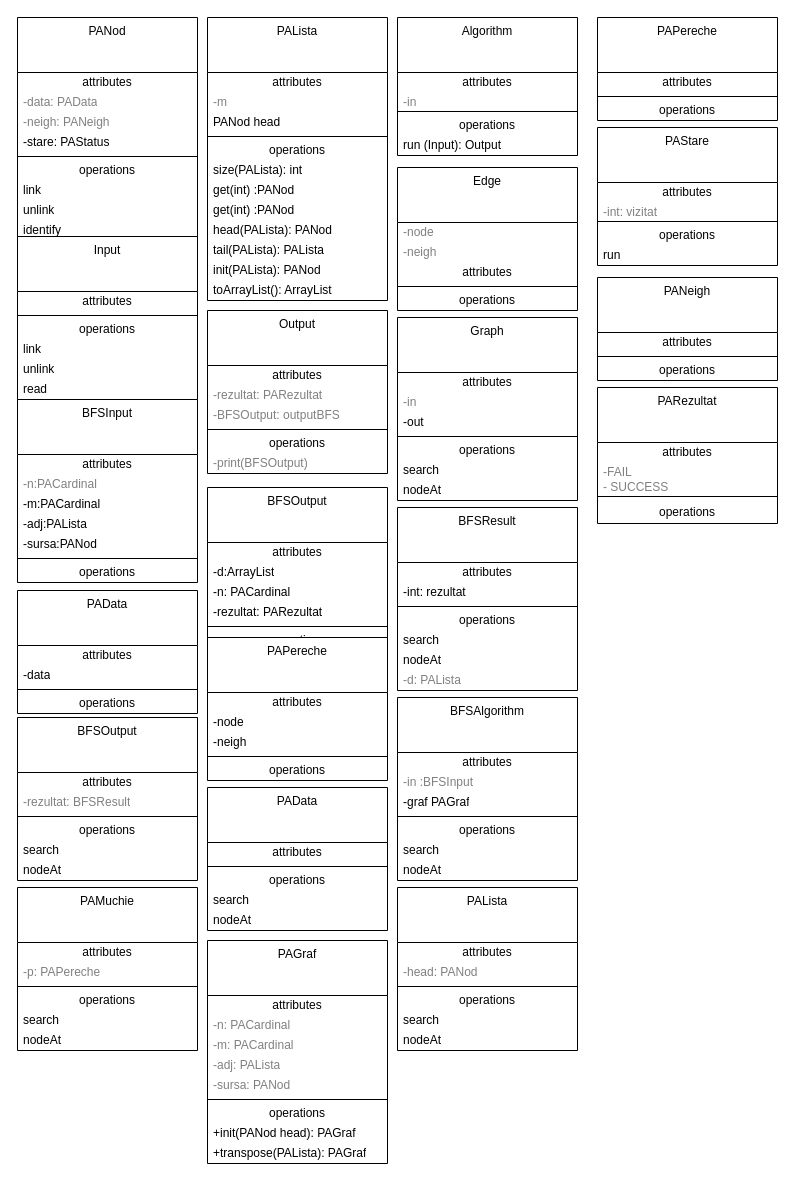
This is C.drawio from Cristof17/PALibrary, a draw.io file, before an edit. Source tidied: cells renumbered, new cells numbered last; positions are measured from the earlier drawing's top-left corner, leaving out a move shared by most shapes. Both pictures are drawn from the tidied source at 100%, with x=0, y=0 at pixel (17, 17).
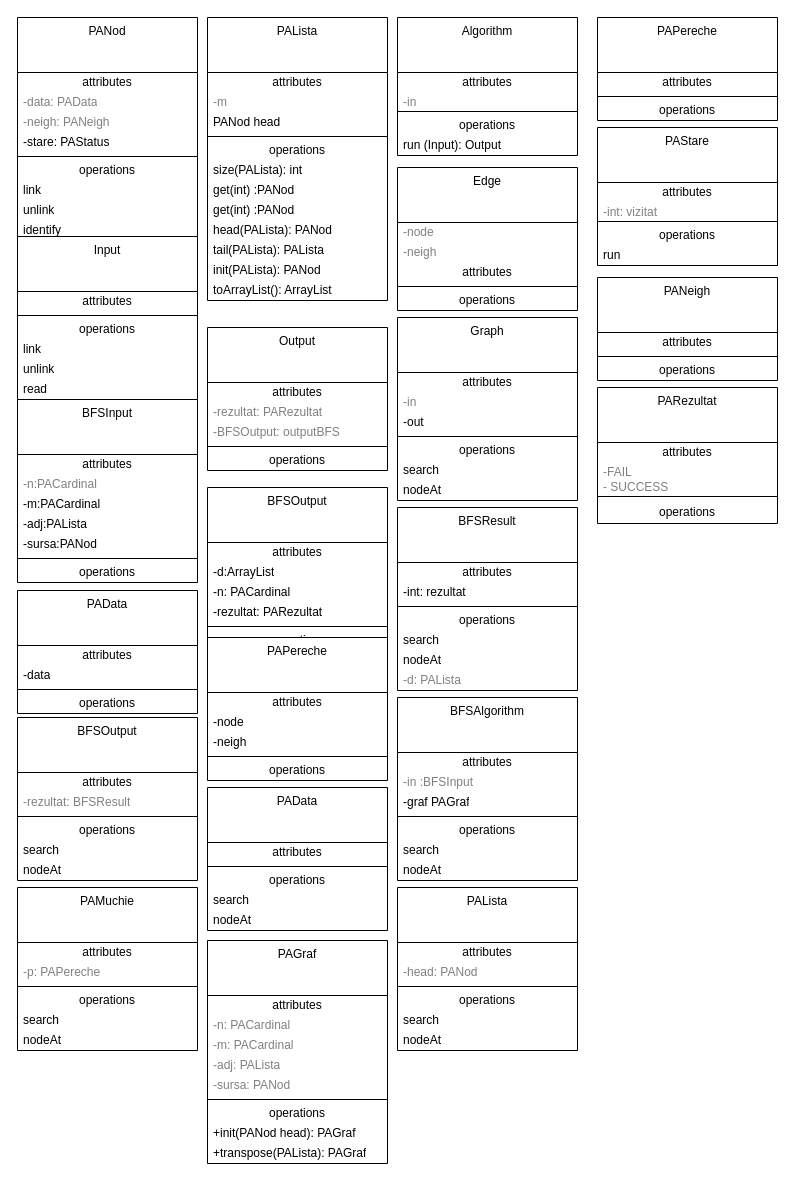
Above is the later version.

Commit message:
output to have no print() method, put it in BFSOutput

Diff of the diagram source:
```diff
@@
     <mxCell id="38" value="Output" style="swimlane;fontStyle=0;align=center;verticalAlign=top;horizontal=1;startSize=55;html=1;whiteSpace=wrap;" parent="1" vertex="1">
-      <mxGeometry x="190" y="293" width="180" height="163" as="geometry" />
+      <mxGeometry x="190" y="310" width="180" height="143" as="geometry" />
     </mxCell>
@@
-    <mxCell id="44" value="-print(BFSOutput)" style="text;html=1;strokeColor=none;fillColor=none;align=left;verticalAlign=middle;spacingLeft=4;spacingRight=4;overflow=hidden;fontColor=#808080;whiteSpace=wrap;" parent="38" vertex="1">
-      <mxGeometry y="143" width="180" height="20" as="geometry" />
-    </mxCell>
```
